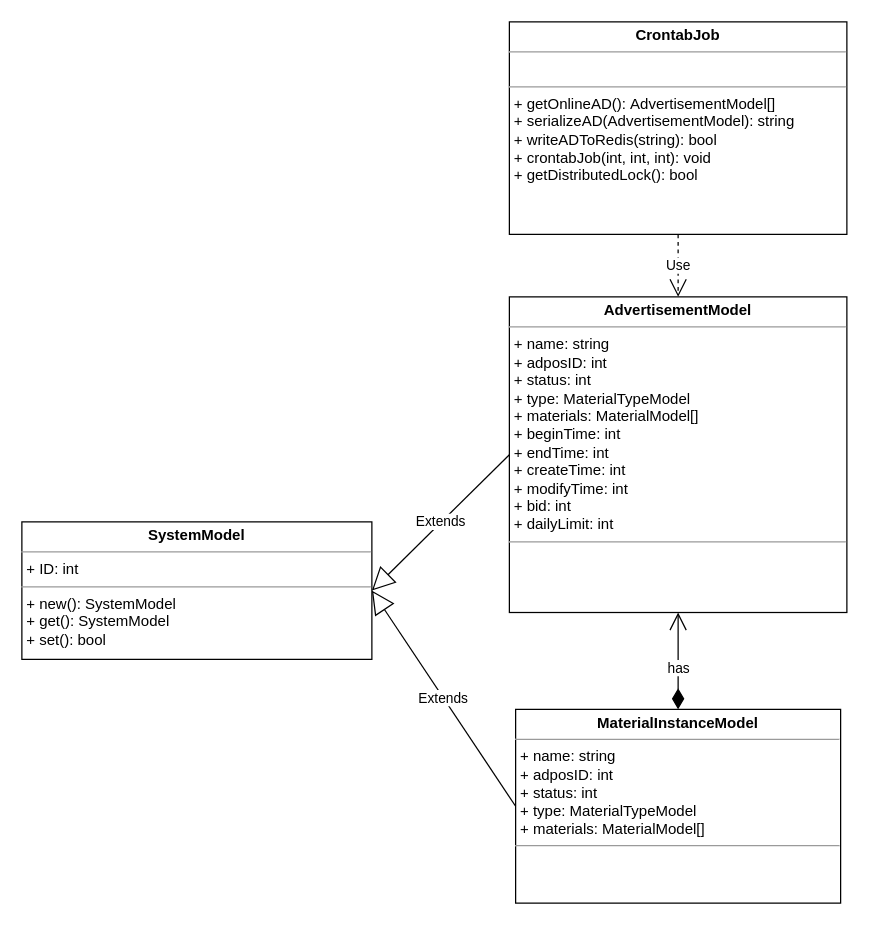
The draw.io diagram 5-7.drawio in Hope-of-countryside/learnGit, before the edit. Source tidied: cells renumbered, new cells numbered last; positions are measured from the earlier drawing's top-left corner, leaving out a move shared by most shapes. Both pictures are drawn from the tidied source at 125%, with x=0, y=0 at pixel (21, 21).
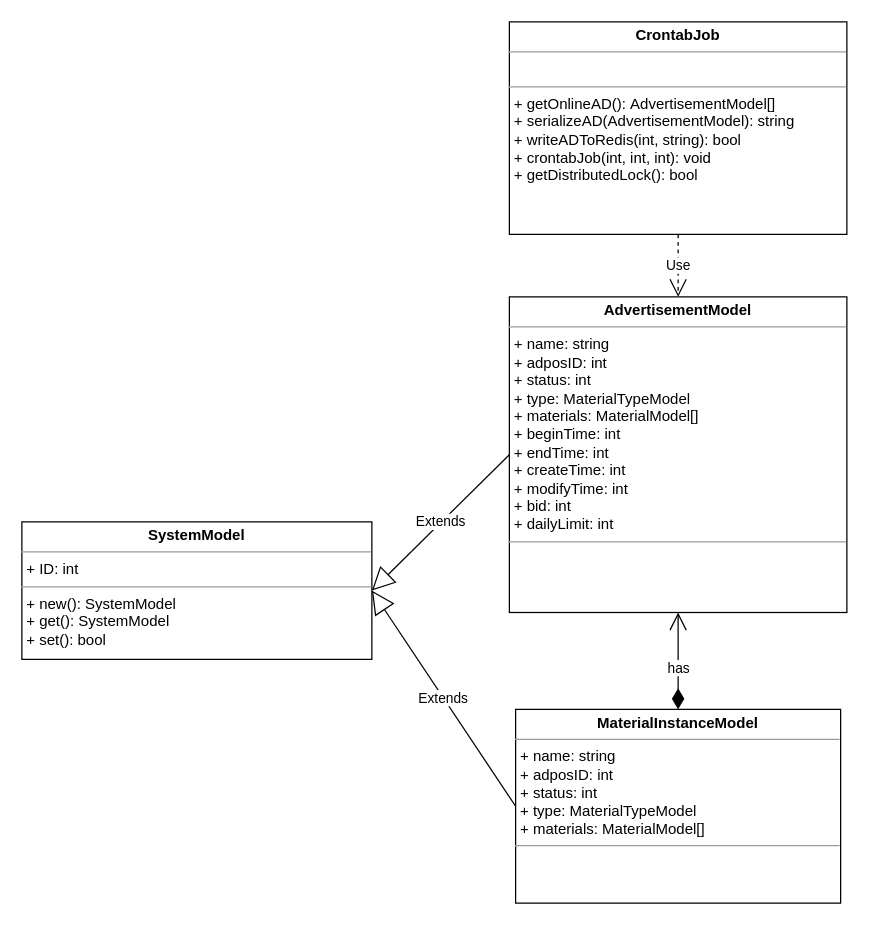
The same diagram, later.

Diff of the diagram source:
```diff
@@
 <mxGraphModel>
   <root>
     <mxCell id="0" />
     <mxCell id="1" parent="0" />
-    <mxCell id="2" value="&lt;p style=&quot;margin: 0px ; margin-top: 4px ; text-align: center&quot;&gt;&lt;b&gt;CrontabJob&lt;/b&gt;&lt;/p&gt;&lt;hr size=&quot;1&quot;&gt;&lt;p style=&quot;margin: 0px ; margin-left: 4px&quot;&gt;&lt;br&gt;&lt;/p&gt;&lt;hr size=&quot;1&quot;&gt;&lt;p style=&quot;margin: 0px 0px 0px 4px&quot;&gt;+ getOnlineAD():&amp;nbsp;AdvertisementModel[]&lt;/p&gt;&lt;p style=&quot;margin: 0px 0px 0px 4px&quot;&gt;+&amp;nbsp;serializeAD(AdvertisementModel): string&lt;/p&gt;&lt;p style=&quot;margin: 0px 0px 0px 4px&quot;&gt;+ writeADToRedis(string): bool&lt;/p&gt;&lt;p style=&quot;margin: 0px 0px 0px 4px&quot;&gt;+ crontabJob(int, int, int): void&lt;/p&gt;&lt;p style=&quot;margin: 0px 0px 0px 4px&quot;&gt;+ getDistributedLock(): bool&lt;/p&gt;" style="verticalAlign=top;align=left;overflow=fill;fontSize=12;fontFamily=Helvetica;html=1;" parent="1" vertex="1">
+    <mxCell id="2" value="&lt;p style=&quot;margin: 0px ; margin-top: 4px ; text-align: center&quot;&gt;&lt;b&gt;CrontabJob&lt;/b&gt;&lt;/p&gt;&lt;hr size=&quot;1&quot;&gt;&lt;p style=&quot;margin: 0px ; margin-left: 4px&quot;&gt;&lt;br&gt;&lt;/p&gt;&lt;hr size=&quot;1&quot;&gt;&lt;p style=&quot;margin: 0px 0px 0px 4px&quot;&gt;+ getOnlineAD():&amp;nbsp;AdvertisementModel[]&lt;/p&gt;&lt;p style=&quot;margin: 0px 0px 0px 4px&quot;&gt;+&amp;nbsp;serializeAD(AdvertisementModel): string&lt;/p&gt;&lt;p style=&quot;margin: 0px 0px 0px 4px&quot;&gt;+ writeADToRedis(int, string): bool&lt;/p&gt;&lt;p style=&quot;margin: 0px 0px 0px 4px&quot;&gt;+ crontabJob(int, int, int): void&lt;/p&gt;&lt;p style=&quot;margin: 0px 0px 0px 4px&quot;&gt;+ getDistributedLock(): bool&lt;/p&gt;" style="verticalAlign=top;align=left;overflow=fill;fontSize=12;fontFamily=Helvetica;html=1;" parent="1" vertex="1">
       <mxGeometry x="390" width="270" height="170" as="geometry" />
     </mxCell>
     <mxCell id="3" value="&lt;p style=&quot;margin: 0px ; margin-top: 4px ; text-align: center&quot;&gt;&lt;b&gt;SystemModel&lt;/b&gt;&lt;/p&gt;&lt;hr size=&quot;1&quot;&gt;&lt;p style=&quot;margin: 0px ; margin-left: 4px&quot;&gt;+ ID: int&lt;br&gt;&lt;/p&gt;&lt;hr size=&quot;1&quot;&gt;&lt;p style=&quot;margin: 0px ; margin-left: 4px&quot;&gt;+ new(): SystemModel&lt;br&gt;&lt;/p&gt;&lt;p style=&quot;margin: 0px ; margin-left: 4px&quot;&gt;+ get(): SystemModel&lt;/p&gt;&lt;p style=&quot;margin: 0px ; margin-left: 4px&quot;&gt;+ set(): bool&lt;/p&gt;&lt;p style=&quot;margin: 0px ; margin-left: 4px&quot;&gt;&amp;nbsp;&lt;/p&gt;" style="verticalAlign=top;align=left;overflow=fill;fontSize=12;fontFamily=Helvetica;html=1;" parent="1" vertex="1">
       <mxGeometry y="400" width="280" height="110" as="geometry" />
     </mxCell>
     <mxCell id="4" value="Use" style="endArrow=open;endSize=12;dashed=1;html=1;exitX=0.5;exitY=1;exitDx=0;exitDy=0;entryX=0.5;entryY=0;entryDx=0;entryDy=0;" parent="1" edge="1" source="2" target="7">
       <mxGeometry relative="1" as="geometry" />
     </mxCell>
     <mxCell id="5" value="&lt;p style=&quot;margin: 0px ; margin-top: 4px ; text-align: center&quot;&gt;&lt;b&gt;MaterialInstanceModel&lt;/b&gt;&lt;/p&gt;&lt;hr size=&quot;1&quot;&gt;&lt;p style=&quot;margin: 0px ; margin-left: 4px&quot;&gt;&lt;span&gt;+ name: string&lt;/span&gt;&lt;/p&gt;&lt;p style=&quot;margin: 0px ; margin-left: 4px&quot;&gt;&lt;span&gt;+ adposID: int&lt;/span&gt;&lt;/p&gt;&lt;p style=&quot;margin: 0px ; margin-left: 4px&quot;&gt;+ status: int&lt;/p&gt;&lt;p style=&quot;margin: 0px ; margin-left: 4px&quot;&gt;+ type:&amp;nbsp;MaterialTypeModel&lt;/p&gt;&lt;p style=&quot;margin: 0px ; margin-left: 4px&quot;&gt;+ materials: MaterialModel[]&lt;/p&gt;&lt;hr size=&quot;1&quot;&gt;&lt;p style=&quot;margin: 0px ; margin-left: 4px&quot;&gt;&lt;br&gt;&lt;/p&gt;" style="verticalAlign=top;align=left;overflow=fill;fontSize=12;fontFamily=Helvetica;html=1;" parent="1" vertex="1">
       <mxGeometry x="395" y="550" width="260" height="155" as="geometry" />
     </mxCell>
     <mxCell id="6" value="Extends" style="endArrow=block;endSize=16;endFill=0;html=1;entryX=1;entryY=0.5;entryDx=0;entryDy=0;exitX=0;exitY=0.5;exitDx=0;exitDy=0;" parent="1" edge="1" source="5" target="3">
       <mxGeometry relative="1" as="geometry" />
     </mxCell>
     <mxCell id="7" value="&lt;p style=&quot;margin: 0px ; margin-top: 4px ; text-align: center&quot;&gt;&lt;b&gt;AdvertisementModel&lt;/b&gt;&lt;/p&gt;&lt;hr size=&quot;1&quot;&gt;&lt;p style=&quot;margin: 0px ; margin-left: 4px&quot;&gt;&lt;span&gt;+ name: string&lt;/span&gt;&lt;/p&gt;&lt;p style=&quot;margin: 0px ; margin-left: 4px&quot;&gt;&lt;span&gt;+ adposID: int&lt;/span&gt;&lt;/p&gt;&lt;p style=&quot;margin: 0px ; margin-left: 4px&quot;&gt;+ status: int&lt;/p&gt;&lt;p style=&quot;margin: 0px ; margin-left: 4px&quot;&gt;+ type:&amp;nbsp;MaterialTypeModel&lt;/p&gt;&lt;p style=&quot;margin: 0px ; margin-left: 4px&quot;&gt;+ materials: MaterialModel[]&lt;/p&gt;&lt;p style=&quot;margin: 0px ; margin-left: 4px&quot;&gt;+ beginTime: int&lt;/p&gt;&lt;p style=&quot;margin: 0px ; margin-left: 4px&quot;&gt;+ endTime: int&lt;/p&gt;&lt;p style=&quot;margin: 0px ; margin-left: 4px&quot;&gt;+ createTime: int&lt;/p&gt;&lt;p style=&quot;margin: 0px ; margin-left: 4px&quot;&gt;+ modifyTime: int&lt;/p&gt;&lt;p style=&quot;margin: 0px ; margin-left: 4px&quot;&gt;+ bid: int&lt;/p&gt;&lt;p style=&quot;margin: 0px ; margin-left: 4px&quot;&gt;+ dailyLimit: int&lt;/p&gt;&lt;hr size=&quot;1&quot;&gt;&lt;p style=&quot;margin: 0px ; margin-left: 4px&quot;&gt;&lt;br&gt;&lt;/p&gt;" style="verticalAlign=top;align=left;overflow=fill;fontSize=12;fontFamily=Helvetica;html=1;" parent="1" vertex="1">
       <mxGeometry x="390" y="220" width="270" height="252.5" as="geometry" />
     </mxCell>
     <mxCell id="8" value="Extends" style="endArrow=block;endSize=16;endFill=0;html=1;exitX=0;exitY=0.5;exitDx=0;exitDy=0;entryX=1;entryY=0.5;entryDx=0;entryDy=0;" parent="1" edge="1" source="7" target="3">
       <mxGeometry relative="1" as="geometry" />
     </mxCell>
     <mxCell id="9" value="has" style="endArrow=open;html=1;endSize=12;startArrow=diamondThin;startSize=14;startFill=1;edgeStyle=orthogonalEdgeStyle;align=left;verticalAlign=bottom;entryX=0.5;entryY=1;entryDx=0;entryDy=0;exitX=0.5;exitY=0;exitDx=0;exitDy=0;" parent="1" edge="1" source="5" target="7">
       <mxGeometry x="-0.38" y="10" relative="1" as="geometry" />
     </mxCell>
   </root>
 </mxGraphModel>
```
